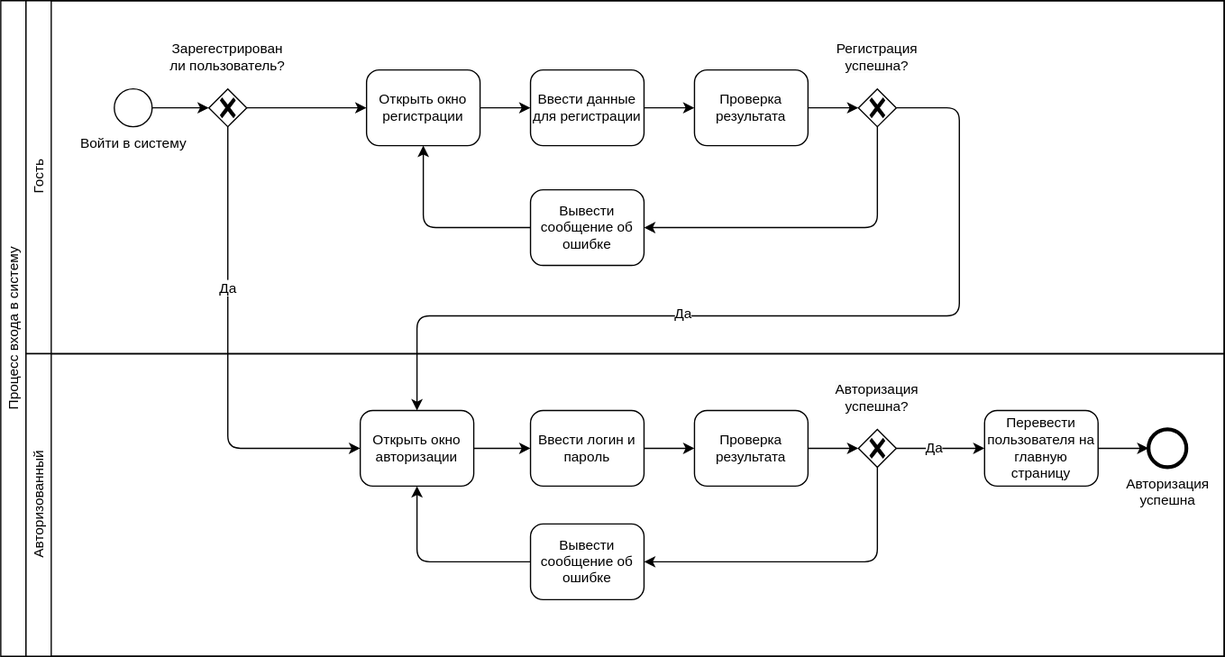
mshsvnv/SoftwareDesign keeps this draw.io diagram as schemes/svg/BPMN1.svg. Above is the earlier version. Source tidied: cells renumbered, new cells last; positions are measured from the earlier drawing's top-left corner, leaving out a move shared by most shapes.
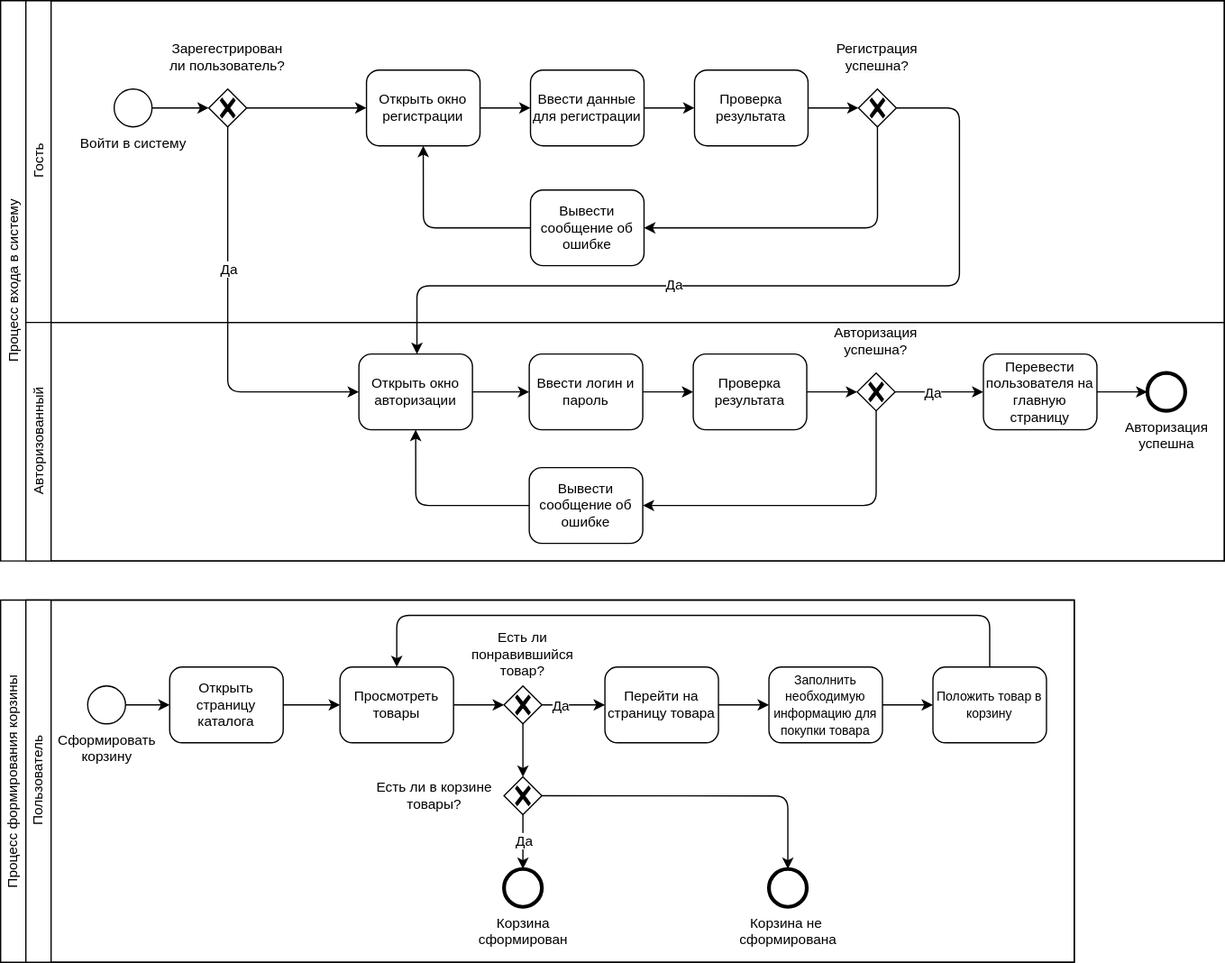
Above is the later version.

Diff of the diagram source:
```diff
@@ -3,10 +3,10 @@
     <mxCell id="0" />
     <mxCell id="1" parent="0" />
     <mxCell id="2" value="Процесс входа в систему" style="swimlane;html=1;horizontal=0;startSize=20;whiteSpace=wrap;fontStyle=0;fontSize=11;" parent="1" vertex="1">
-      <mxGeometry width="970" height="520" as="geometry" />
+      <mxGeometry width="970" height="444" as="geometry" />
     </mxCell>
     <mxCell id="3" value="Гость" style="swimlane;html=1;startSize=20;horizontal=0;fontStyle=0;fontSize=11;" parent="2" vertex="1">
-      <mxGeometry x="20" width="950" height="280" as="geometry" />
+      <mxGeometry x="20" width="950" height="255" as="geometry" />
     </mxCell>
     <mxCell id="4" value="Войти в систему" style="points=[[0.145,0.145,0],[0.5,0,0],[0.855,0.145,0],[1,0.5,0],[0.855,0.855,0],[0.5,1,0],[0.145,0.855,0],[0,0.5,0]];shape=mxgraph.bpmn.event;html=1;verticalLabelPosition=bottom;labelBackgroundColor=#ffffff;verticalAlign=top;align=center;perimeter=ellipsePerimeter;outlineConnect=0;outline=standard;symbol=general;fontSize=11;" parent="3" vertex="1">
       <mxGeometry x="70" y="70" width="30" height="30" as="geometry" />
@@ -68,8 +68,8 @@
       <mxGeometry relative="1" as="geometry">
         <Array as="points">
           <mxPoint x="760" y="85" />
-          <mxPoint x="760" y="250" />
-          <mxPoint x="330" y="250" />
+          <mxPoint x="760" y="226" />
+          <mxPoint x="330" y="226" />
         </Array>
       </mxGeometry>
     </mxCell>
@@ -79,31 +79,31 @@
       </mxGeometry>
     </mxCell>
     <mxCell id="24" value="Авторизованный" style="swimlane;html=1;startSize=20;horizontal=0;fontStyle=0;fontSize=11;" parent="2" vertex="1">
-      <mxGeometry x="20" y="280" width="950" height="240" as="geometry" />
+      <mxGeometry x="20" y="255" width="950" height="189" as="geometry" />
     </mxCell>
     <mxCell id="25" value="Ввести логин и пароль" style="points=[[0.25,0,0],[0.5,0,0],[0.75,0,0],[1,0.25,0],[1,0.5,0],[1,0.75,0],[0.75,1,0],[0.5,1,0],[0.25,1,0],[0,0.75,0],[0,0.5,0],[0,0.25,0]];shape=mxgraph.bpmn.task;whiteSpace=wrap;rectStyle=rounded;size=10;html=1;taskMarker=abstract;fontSize=11;" parent="24" vertex="1">
-      <mxGeometry x="400" y="45" width="90" height="60" as="geometry" />
+      <mxGeometry x="399" y="25" width="90" height="60" as="geometry" />
     </mxCell>
     <mxCell id="26" value="Открыть окно авторизации" style="points=[[0.25,0,0],[0.5,0,0],[0.75,0,0],[1,0.25,0],[1,0.5,0],[1,0.75,0],[0.75,1,0],[0.5,1,0],[0.25,1,0],[0,0.75,0],[0,0.5,0],[0,0.25,0]];shape=mxgraph.bpmn.task;whiteSpace=wrap;rectStyle=rounded;size=10;html=1;taskMarker=abstract;fontSize=11;" parent="24" vertex="1">
-      <mxGeometry x="265" y="45" width="90" height="60" as="geometry" />
+      <mxGeometry x="264" y="25" width="90" height="60" as="geometry" />
     </mxCell>
     <mxCell id="27" style="edgeStyle=orthogonalEdgeStyle;rounded=0;jettySize=auto;html=1;exitX=1;exitY=0.5;exitDx=0;exitDy=0;exitPerimeter=0;entryX=0;entryY=0.5;entryDx=0;entryDy=0;entryPerimeter=0;fontSize=11;" parent="24" edge="1" source="26" target="25">
       <mxGeometry relative="1" as="geometry" />
     </mxCell>
     <mxCell id="28" value="Проверка результата" style="points=[[0.25,0,0],[0.5,0,0],[0.75,0,0],[1,0.25,0],[1,0.5,0],[1,0.75,0],[0.75,1,0],[0.5,1,0],[0.25,1,0],[0,0.75,0],[0,0.5,0],[0,0.25,0]];shape=mxgraph.bpmn.task;whiteSpace=wrap;rectStyle=rounded;size=10;html=1;taskMarker=abstract;fontSize=11;" parent="24" vertex="1">
-      <mxGeometry x="530" y="45" width="90" height="60" as="geometry" />
+      <mxGeometry x="529" y="25" width="90" height="60" as="geometry" />
     </mxCell>
     <mxCell id="29" style="edgeStyle=orthogonalEdgeStyle;rounded=0;jettySize=auto;html=1;exitX=1;exitY=0.5;exitDx=0;exitDy=0;exitPerimeter=0;entryX=0;entryY=0.5;entryDx=0;entryDy=0;entryPerimeter=0;fontSize=11;" parent="24" edge="1" source="25" target="28">
       <mxGeometry relative="1" as="geometry" />
     </mxCell>
     <mxCell id="30" style="points=[[0.25,0.25,0],[0.5,0,0],[0.75,0.25,0],[1,0.5,0],[0.75,0.75,0],[0.5,1,0],[0.25,0.75,0],[0,0.5,0]];shape=mxgraph.bpmn.gateway2;html=1;verticalLabelPosition=bottom;labelBackgroundColor=#ffffff;verticalAlign=top;align=center;perimeter=rhombusPerimeter;outlineConnect=0;outline=none;symbol=none;gwType=exclusive;fontSize=11;" parent="24" vertex="1">
-      <mxGeometry x="660" y="60" width="30" height="30" as="geometry" />
+      <mxGeometry x="659" y="40" width="30" height="30" as="geometry" />
     </mxCell>
     <mxCell id="31" value="&lt;span style=&quot;background-color: rgb(251, 251, 251); font-size: 11px;&quot;&gt;Авторизация успешна&lt;/span&gt;&lt;span style=&quot;background-color: rgb(255, 255, 255); font-size: 11px;&quot;&gt;?&lt;/span&gt;" style="text;html=1;strokeColor=none;fillColor=none;align=center;verticalAlign=middle;whiteSpace=wrap;rounded=0;fontSize=11;" parent="24" vertex="1">
-      <mxGeometry x="620" y="20" width="110" height="30" as="geometry" />
+      <mxGeometry x="619" width="110" height="30" as="geometry" />
     </mxCell>
     <mxCell id="32" value="Вывести сообщение об ошибке" style="points=[[0.25,0,0],[0.5,0,0],[0.75,0,0],[1,0.25,0],[1,0.5,0],[1,0.75,0],[0.75,1,0],[0.5,1,0],[0.25,1,0],[0,0.75,0],[0,0.5,0],[0,0.25,0]];shape=mxgraph.bpmn.task;whiteSpace=wrap;rectStyle=rounded;size=10;html=1;taskMarker=abstract;fontSize=11;" parent="24" vertex="1">
-      <mxGeometry x="400" y="135" width="90" height="60" as="geometry" />
+      <mxGeometry x="399" y="115" width="90" height="60" as="geometry" />
     </mxCell>
     <mxCell id="33" style="edgeStyle=orthogonalEdgeStyle;shape=connector;rounded=1;jettySize=auto;html=1;exitX=1;exitY=0.5;exitDx=0;exitDy=0;exitPerimeter=0;entryX=0;entryY=0.5;entryDx=0;entryDy=0;entryPerimeter=0;labelBackgroundColor=default;strokeColor=default;align=center;verticalAlign=middle;fontFamily=Helvetica;fontSize=11;fontColor=default;endArrow=classic;" parent="24" edge="1" source="28" target="30">
       <mxGeometry relative="1" as="geometry" />
@@ -123,13 +123,96 @@
       <mxGeometry relative="1" as="geometry" />
     </mxCell>
     <mxCell id="38" value="Перевести пользователя на главную страницу" style="points=[[0.25,0,0],[0.5,0,0],[0.75,0,0],[1,0.25,0],[1,0.5,0],[1,0.75,0],[0.75,1,0],[0.5,1,0],[0.25,1,0],[0,0.75,0],[0,0.5,0],[0,0.25,0]];shape=mxgraph.bpmn.task;whiteSpace=wrap;rectStyle=rounded;size=10;html=1;taskMarker=abstract;fontSize=11;" parent="24" vertex="1">
-      <mxGeometry x="760" y="45" width="90" height="60" as="geometry" />
+      <mxGeometry x="759" y="25" width="90" height="60" as="geometry" />
     </mxCell>
     <mxCell id="39" value="Авторизация&lt;br style=&quot;font-size: 11px;&quot;&gt;успешна" style="points=[[0.145,0.145,0],[0.5,0,0],[0.855,0.145,0],[1,0.5,0],[0.855,0.855,0],[0.5,1,0],[0.145,0.855,0],[0,0.5,0]];shape=mxgraph.bpmn.event;html=1;verticalLabelPosition=bottom;labelBackgroundColor=#ffffff;verticalAlign=top;align=center;perimeter=ellipsePerimeter;outlineConnect=0;outline=end;symbol=terminate2;fontFamily=Helvetica;fontSize=11;fontColor=default;" parent="24" vertex="1">
-      <mxGeometry x="890" y="60" width="30" height="30" as="geometry" />
+      <mxGeometry x="889" y="40" width="30" height="30" as="geometry" />
     </mxCell>
     <mxCell id="40" style="edgeStyle=orthogonalEdgeStyle;shape=connector;rounded=1;jettySize=auto;html=1;exitX=1;exitY=0.5;exitDx=0;exitDy=0;exitPerimeter=0;entryX=0;entryY=0.5;entryDx=0;entryDy=0;entryPerimeter=0;labelBackgroundColor=default;strokeColor=default;align=center;verticalAlign=middle;fontFamily=Helvetica;fontSize=11;fontColor=default;endArrow=classic;" parent="24" edge="1" source="38" target="39">
       <mxGeometry relative="1" as="geometry" />
     </mxCell>
+    <mxCell id="41" value="Процесс формирования корзины" style="swimlane;html=1;horizontal=0;startSize=20;whiteSpace=wrap;fontStyle=0;fontFamily=Helvetica;fontSize=11;" parent="1" vertex="1">
+      <mxGeometry y="475" width="851" height="287" as="geometry" />
+    </mxCell>
+    <mxCell id="42" value="Пользователь" style="swimlane;html=1;startSize=20;horizontal=0;fontStyle=0;fontFamily=Helvetica;fontSize=11;" parent="41" vertex="1">
+      <mxGeometry x="20" width="831" height="287" as="geometry" />
+    </mxCell>
+    <mxCell id="43" value="Сформировать &lt;br style=&quot;font-size: 11px;&quot;&gt;корзину" style="points=[[0.145,0.145,0],[0.5,0,0],[0.855,0.145,0],[1,0.5,0],[0.855,0.855,0],[0.5,1,0],[0.145,0.855,0],[0,0.5,0]];shape=mxgraph.bpmn.event;html=1;verticalLabelPosition=bottom;labelBackgroundColor=#ffffff;verticalAlign=top;align=center;perimeter=ellipsePerimeter;outlineConnect=0;outline=standard;symbol=general;fontFamily=Helvetica;fontSize=11;" parent="42" vertex="1">
+      <mxGeometry x="49" y="68" width="30" height="30" as="geometry" />
+    </mxCell>
+    <mxCell id="44" value="Открыть страницу каталога" style="points=[[0.25,0,0],[0.5,0,0],[0.75,0,0],[1,0.25,0],[1,0.5,0],[1,0.75,0],[0.75,1,0],[0.5,1,0],[0.25,1,0],[0,0.75,0],[0,0.5,0],[0,0.25,0]];shape=mxgraph.bpmn.task;whiteSpace=wrap;rectStyle=rounded;size=10;html=1;taskMarker=abstract;fontFamily=Helvetica;fontSize=11;" parent="42" vertex="1">
+      <mxGeometry x="114" y="53" width="90" height="60" as="geometry" />
+    </mxCell>
+    <mxCell id="45" style="edgeStyle=orthogonalEdgeStyle;shape=connector;rounded=1;jettySize=auto;html=1;exitX=1;exitY=0.5;exitDx=0;exitDy=0;exitPerimeter=0;entryX=0;entryY=0.5;entryDx=0;entryDy=0;entryPerimeter=0;labelBackgroundColor=default;strokeColor=default;align=center;verticalAlign=middle;fontFamily=Helvetica;fontSize=11;fontColor=default;endArrow=classic;" parent="42" edge="1" source="43" target="44">
+      <mxGeometry relative="1" as="geometry" />
+    </mxCell>
+    <mxCell id="46" style="edgeStyle=orthogonalEdgeStyle;shape=connector;rounded=1;jettySize=auto;html=1;exitX=1;exitY=0.5;exitDx=0;exitDy=0;exitPerimeter=0;entryX=0;entryY=0.5;entryDx=0;entryDy=0;entryPerimeter=0;labelBackgroundColor=default;strokeColor=default;align=center;verticalAlign=middle;fontFamily=Helvetica;fontSize=11;fontColor=default;endArrow=classic;" parent="42" edge="1" source="44" target="48">
+      <mxGeometry relative="1" as="geometry" />
+    </mxCell>
+    <mxCell id="47" value="Корзина&lt;br style=&quot;font-size: 11px;&quot;&gt;сформирован" style="points=[[0.145,0.145,0],[0.5,0,0],[0.855,0.145,0],[1,0.5,0],[0.855,0.855,0],[0.5,1,0],[0.145,0.855,0],[0,0.5,0]];shape=mxgraph.bpmn.event;html=1;verticalLabelPosition=bottom;labelBackgroundColor=#ffffff;verticalAlign=top;align=center;perimeter=ellipsePerimeter;outlineConnect=0;outline=end;symbol=terminate2;fontFamily=Helvetica;fontSize=11;fontColor=default;" parent="42" vertex="1">
+      <mxGeometry x="379" y="213.1" width="30" height="30" as="geometry" />
+    </mxCell>
+    <mxCell id="48" value="Просмотреть товары" style="points=[[0.25,0,0],[0.5,0,0],[0.75,0,0],[1,0.25,0],[1,0.5,0],[1,0.75,0],[0.75,1,0],[0.5,1,0],[0.25,1,0],[0,0.75,0],[0,0.5,0],[0,0.25,0]];shape=mxgraph.bpmn.task;whiteSpace=wrap;rectStyle=rounded;size=10;html=1;taskMarker=abstract;fontFamily=Helvetica;fontSize=11;" parent="42" vertex="1">
+      <mxGeometry x="249" y="53" width="90" height="60" as="geometry" />
+    </mxCell>
+    <mxCell id="49" style="edgeStyle=orthogonalEdgeStyle;rounded=0;jettySize=auto;html=1;exitX=1;exitY=0.5;exitDx=0;exitDy=0;exitPerimeter=0;" parent="42" edge="1" source="51" target="54">
+      <mxGeometry relative="1" as="geometry" />
+    </mxCell>
+    <mxCell id="50" value="Да" style="edgeLabel;html=1;align=center;verticalAlign=middle;" parent="49" vertex="1">
+      <mxGeometry x="-0.43" relative="1" as="geometry" />
+    </mxCell>
+    <mxCell id="51" style="points=[[0.25,0.25,0],[0.5,0,0],[0.75,0.25,0],[1,0.5,0],[0.75,0.75,0],[0.5,1,0],[0.25,0.75,0],[0,0.5,0]];shape=mxgraph.bpmn.gateway2;html=1;verticalLabelPosition=bottom;labelBackgroundColor=#ffffff;verticalAlign=top;align=center;perimeter=rhombusPerimeter;outlineConnect=0;outline=none;symbol=none;gwType=exclusive;fontFamily=Helvetica;fontSize=11;" parent="42" vertex="1">
+      <mxGeometry x="379" y="68" width="30" height="30" as="geometry" />
+    </mxCell>
+    <mxCell id="52" value="Есть ли понравившийся товар?" style="text;html=1;strokeColor=none;fillColor=none;align=center;verticalAlign=middle;whiteSpace=wrap;rounded=0;fontFamily=Helvetica;fontSize=11;" parent="42" vertex="1">
+      <mxGeometry x="339" y="28.1" width="110" height="30" as="geometry" />
+    </mxCell>
+    <mxCell id="53" style="edgeStyle=orthogonalEdgeStyle;rounded=0;jettySize=auto;html=1;exitX=1;exitY=0.5;exitDx=0;exitDy=0;exitPerimeter=0;entryX=0;entryY=0.5;entryDx=0;entryDy=0;entryPerimeter=0;" parent="42" edge="1" source="48" target="51">
+      <mxGeometry relative="1" as="geometry" />
+    </mxCell>
+    <mxCell id="54" value="Перейти на страницу товара" style="points=[[0.25,0,0],[0.5,0,0],[0.75,0,0],[1,0.25,0],[1,0.5,0],[1,0.75,0],[0.75,1,0],[0.5,1,0],[0.25,1,0],[0,0.75,0],[0,0.5,0],[0,0.25,0]];shape=mxgraph.bpmn.task;whiteSpace=wrap;rectStyle=rounded;size=10;html=1;taskMarker=abstract;fontFamily=Helvetica;fontSize=11;" parent="42" vertex="1">
+      <mxGeometry x="459" y="53" width="90" height="60" as="geometry" />
+    </mxCell>
+    <mxCell id="55" value="&lt;font style=&quot;font-size: 10px;&quot;&gt;Заполнить необходимую информацию для покупки товара&lt;/font&gt;" style="points=[[0.25,0,0],[0.5,0,0],[0.75,0,0],[1,0.25,0],[1,0.5,0],[1,0.75,0],[0.75,1,0],[0.5,1,0],[0.25,1,0],[0,0.75,0],[0,0.5,0],[0,0.25,0]];shape=mxgraph.bpmn.task;whiteSpace=wrap;rectStyle=rounded;size=10;html=1;taskMarker=abstract;fontFamily=Helvetica;fontSize=11;" parent="42" vertex="1">
+      <mxGeometry x="589" y="53" width="90" height="60" as="geometry" />
+    </mxCell>
+    <mxCell id="56" style="edgeStyle=orthogonalEdgeStyle;rounded=0;jettySize=auto;html=1;exitX=1;exitY=0.5;exitDx=0;exitDy=0;exitPerimeter=0;entryX=0;entryY=0.5;entryDx=0;entryDy=0;entryPerimeter=0;" parent="42" edge="1" source="54" target="55">
+      <mxGeometry relative="1" as="geometry" />
+    </mxCell>
+    <mxCell id="57" value="Корзина не&amp;nbsp;&lt;br&gt;сформирована" style="points=[[0.145,0.145,0],[0.5,0,0],[0.855,0.145,0],[1,0.5,0],[0.855,0.855,0],[0.5,1,0],[0.145,0.855,0],[0,0.5,0]];shape=mxgraph.bpmn.event;html=1;verticalLabelPosition=bottom;labelBackgroundColor=#ffffff;verticalAlign=top;align=center;perimeter=ellipsePerimeter;outlineConnect=0;outline=end;symbol=terminate2;fontFamily=Helvetica;fontSize=11;fontColor=default;" parent="42" vertex="1">
+      <mxGeometry x="589" y="213.1" width="30" height="30" as="geometry" />
+    </mxCell>
+    <mxCell id="58" value="&lt;font style=&quot;font-size: 10px;&quot;&gt;Положить товар в корзину&lt;/font&gt;" style="points=[[0.25,0,0],[0.5,0,0],[0.75,0,0],[1,0.25,0],[1,0.5,0],[1,0.75,0],[0.75,1,0],[0.5,1,0],[0.25,1,0],[0,0.75,0],[0,0.5,0],[0,0.25,0]];shape=mxgraph.bpmn.task;whiteSpace=wrap;rectStyle=rounded;size=10;html=1;taskMarker=abstract;fontFamily=Helvetica;fontSize=11;" parent="42" vertex="1">
+      <mxGeometry x="719" y="53" width="90" height="60" as="geometry" />
+    </mxCell>
+    <mxCell id="59" style="edgeStyle=orthogonalEdgeStyle;rounded=0;jettySize=auto;html=1;exitX=1;exitY=0.5;exitDx=0;exitDy=0;exitPerimeter=0;entryX=0;entryY=0.5;entryDx=0;entryDy=0;entryPerimeter=0;" parent="42" edge="1" source="55" target="58">
+      <mxGeometry relative="1" as="geometry" />
+    </mxCell>
+    <mxCell id="60" style="edgeStyle=orthogonalEdgeStyle;jettySize=auto;html=1;exitX=0.5;exitY=0;exitDx=0;exitDy=0;exitPerimeter=0;entryX=0.5;entryY=0;entryDx=0;entryDy=0;entryPerimeter=0;rounded=1;" parent="42" edge="1" source="58" target="48">
+      <mxGeometry relative="1" as="geometry">
+        <Array as="points">
+          <mxPoint x="764" y="12.1" />
+          <mxPoint x="294" y="12.1" />
+        </Array>
+      </mxGeometry>
+    </mxCell>
+    <mxCell id="61" style="edgeStyle=orthogonalEdgeStyle;rounded=0;jettySize=auto;html=1;exitX=0.5;exitY=1;exitDx=0;exitDy=0;exitPerimeter=0;" parent="42" edge="1" source="64" target="47">
+      <mxGeometry relative="1" as="geometry" />
+    </mxCell>
+    <mxCell id="62" value="Да" style="edgeLabel;html=1;align=center;verticalAlign=middle;" parent="61" vertex="1">
+      <mxGeometry x="-0.06" relative="1" as="geometry" />
+    </mxCell>
+    <mxCell id="63" style="edgeStyle=orthogonalEdgeStyle;rounded=1;jettySize=auto;html=1;exitX=1;exitY=0.5;exitDx=0;exitDy=0;exitPerimeter=0;" parent="42" edge="1" source="64" target="57">
+      <mxGeometry relative="1" as="geometry" />
+    </mxCell>
+    <mxCell id="64" style="points=[[0.25,0.25,0],[0.5,0,0],[0.75,0.25,0],[1,0.5,0],[0.75,0.75,0],[0.5,1,0],[0.25,0.75,0],[0,0.5,0]];shape=mxgraph.bpmn.gateway2;html=1;verticalLabelPosition=bottom;labelBackgroundColor=#ffffff;verticalAlign=top;align=center;perimeter=rhombusPerimeter;outlineConnect=0;outline=none;symbol=none;gwType=exclusive;fontFamily=Helvetica;fontSize=11;" parent="42" vertex="1">
+      <mxGeometry x="379" y="140.1" width="30" height="30" as="geometry" />
+    </mxCell>
+    <mxCell id="65" value="Есть ли в корзине товары?" style="text;html=1;strokeColor=none;fillColor=none;align=center;verticalAlign=middle;whiteSpace=wrap;rounded=0;fontFamily=Helvetica;fontSize=11;" parent="42" vertex="1">
+      <mxGeometry x="269" y="140.1" width="110" height="30" as="geometry" />
+    </mxCell>
+    <mxCell id="66" style="edgeStyle=orthogonalEdgeStyle;rounded=0;jettySize=auto;html=1;exitX=0.5;exitY=1;exitDx=0;exitDy=0;exitPerimeter=0;entryX=0.5;entryY=0;entryDx=0;entryDy=0;entryPerimeter=0;" parent="42" edge="1" source="51" target="64">
+      <mxGeometry relative="1" as="geometry" />
+    </mxCell>
   </root>
 </mxGraphModel>
```
